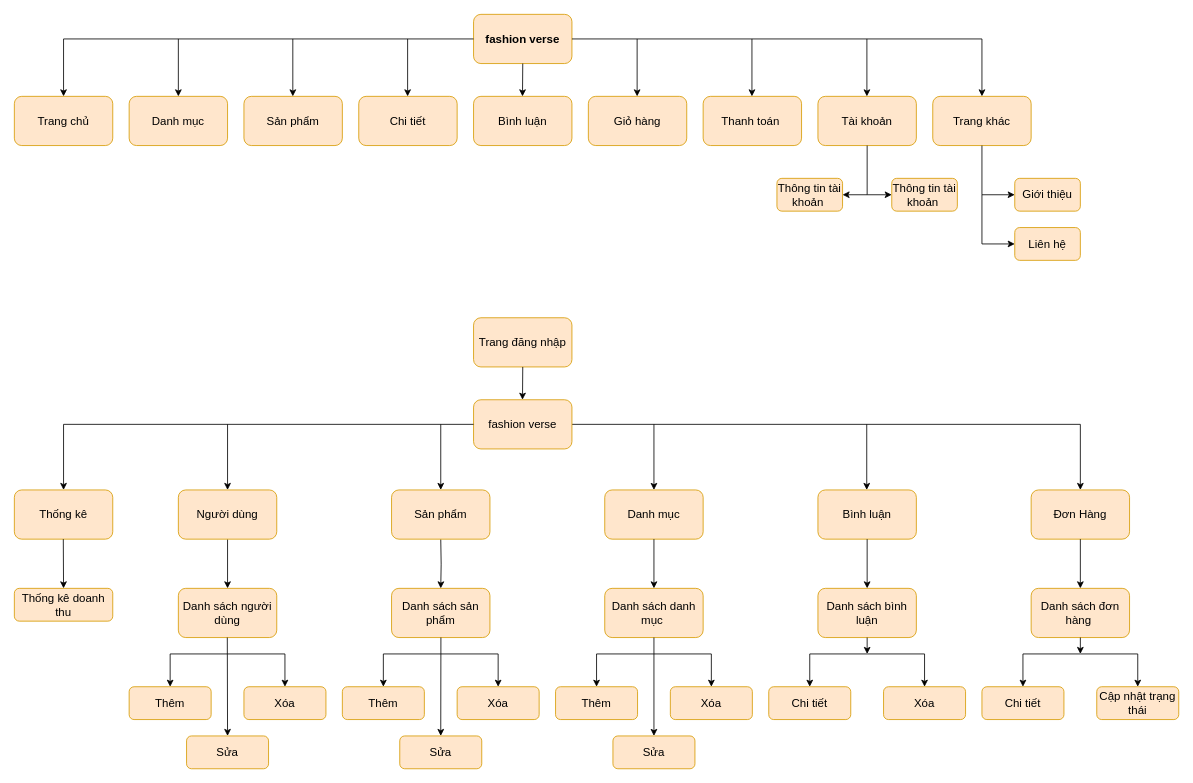
The draw.io diagram Biểu đồ không có tiêu đề.drawio in huuthanh32470/doan, before the edit. Source tidied: cells renumbered, new cells numbered last; positions are measured from the earlier drawing's top-left corner, leaving out a move shared by most shapes. Both pictures are drawn from the tidied source at 82%, with x=0, y=0 at pixel (14, 14).
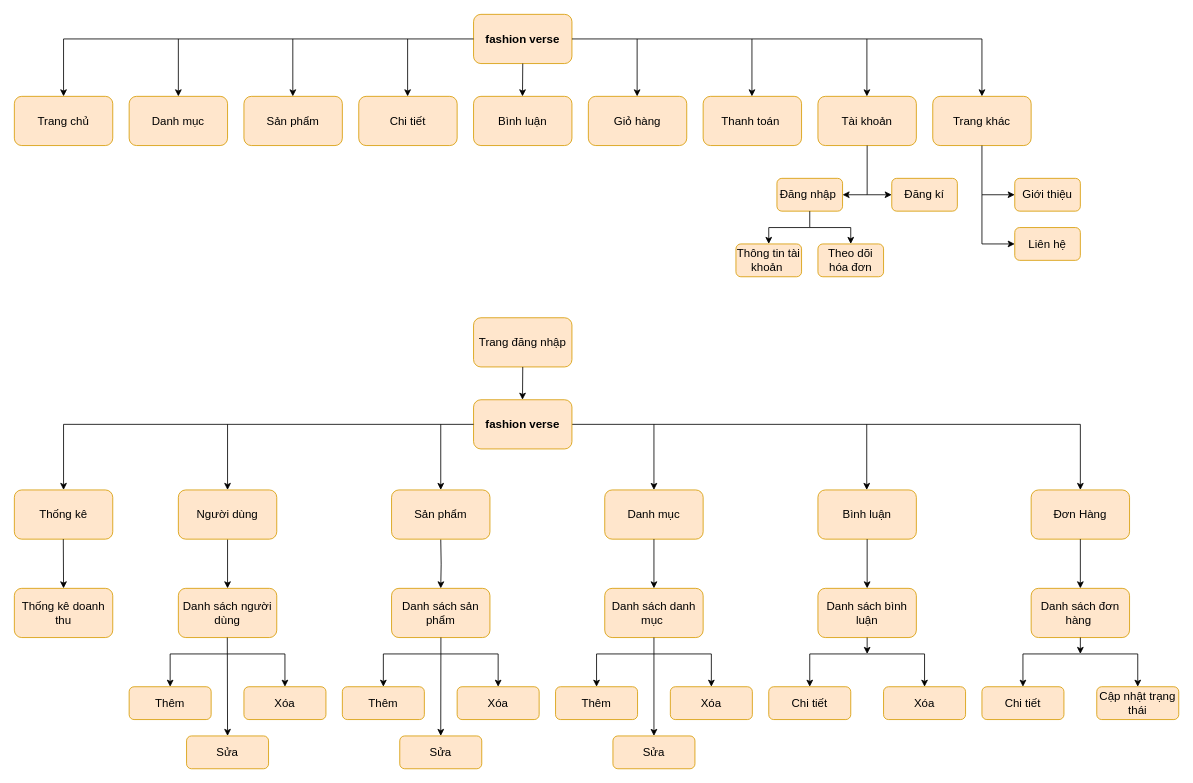
After the change.

Commit message:
Cập nhật Biểu đồ không có tiêu đề.drawio

Change to the diagram source:
```diff
@@
-    <mxCell id="33" value="fashion verse" style="rounded=1;whiteSpace=wrap;html=1;labelBackgroundColor=none;fillColor=#ffe6cc;strokeColor=#d79b00;fontSize=14;align=center;" parent="1" vertex="1">
+    <mxCell id="33" value="fashion verse" style="rounded=1;whiteSpace=wrap;html=1;labelBackgroundColor=none;fillColor=#ffe6cc;strokeColor=#d79b00;fontSize=14;align=center;fontStyle=1;" parent="1" vertex="1">
       <mxGeometry x="560" y="470" width="120" height="60" as="geometry" />
     </mxCell>
@@
-    <mxCell id="38" style="endArrow=classic;html=1;rounded=0;labelBackgroundColor=none;fontColor=default;fontSize=14;align=center;" parent="1" edge="1">
+    <mxCell id="38" style="endArrow=classic;html=1;rounded=0;labelBackgroundColor=none;fontColor=default;fontSize=14;align=center;entryX=0.5;entryY=0;entryDx=0;entryDy=0;" parent="1" edge="1" target="39">
       <mxGeometry relative="1" as="geometry">
         <mxPoint x="59.7" y="640" as="sourcePoint" />
-        <mxPoint x="60" y="700" as="targetPoint" />
       </mxGeometry>
     </mxCell>
     <mxCell id="39" value="Thống kê doanh thu" style="rounded=1;whiteSpace=wrap;html=1;labelBackgroundColor=none;fillColor=#ffe6cc;strokeColor=#d79b00;fontSize=14;align=center;" parent="1" vertex="1">
-      <mxGeometry y="700" width="120" height="40" as="geometry" />
+      <mxGeometry y="700" width="120" height="60" as="geometry" />
     </mxCell>
@@
-    <mxCell id="71" value="&lt;div&gt;&lt;span style=&quot;background-color: initial;&quot;&gt;Thông tin tài khoản&amp;nbsp;&lt;/span&gt;&lt;/div&gt;" style="rounded=1;whiteSpace=wrap;html=1;labelBackgroundColor=none;fillColor=#ffe6cc;strokeColor=#d79b00;align=center;fontSize=14;" parent="1" vertex="1">
+    <mxCell id="71" value="&lt;div&gt;&lt;span style=&quot;background-color: initial;&quot;&gt;Đăng nhập&amp;nbsp;&lt;/span&gt;&lt;/div&gt;" style="rounded=1;whiteSpace=wrap;html=1;labelBackgroundColor=none;fillColor=#ffe6cc;strokeColor=#d79b00;align=center;fontSize=14;" parent="1" vertex="1">
       <mxGeometry x="930" y="200" width="80" height="40" as="geometry" />
     </mxCell>
-    <mxCell id="72" style="endArrow=classic;html=1;rounded=0;entryX=0;entryY=0.5;entryDx=0;entryDy=0;entryPerimeter=0;fontSize=14;align=center;" parent="1" edge="1" target="73">
+    <mxCell id="72" style="endArrow=classic;html=1;rounded=0;fontSize=14;align=center;exitX=0.5;exitY=1;exitDx=0;exitDy=0;entryX=0.5;entryY=0;entryDx=0;entryDy=0;" parent="1" edge="1" source="71" target="73">
       <mxGeometry relative="1" as="geometry">
-        <mxPoint x="1040" y="220" as="sourcePoint" />
+        <Array as="points">
+          <mxPoint x="970" y="260" />
+          <mxPoint x="920" y="260" />
+        </Array>
       </mxGeometry>
     </mxCell>
     <mxCell id="73" value="&lt;div&gt;&lt;span style=&quot;background-color: initial;&quot;&gt;Thông tin tài khoản&amp;nbsp;&lt;/span&gt;&lt;/div&gt;" style="rounded=1;whiteSpace=wrap;html=1;labelBackgroundColor=none;fillColor=#ffe6cc;strokeColor=#d79b00;align=center;fontSize=14;" parent="1" vertex="1">
-      <mxGeometry x="1070" y="200" width="80" height="40" as="geometry" />
+      <mxGeometry x="880" y="280" width="80" height="40" as="geometry" />
     </mxCell>
@@
+    <mxCell id="84" style="endArrow=classic;html=1;rounded=0;entryX=0.5;entryY=0;entryDx=0;entryDy=0;" parent="1" edge="1" target="85">
+      <mxGeometry relative="1" as="geometry">
+        <mxPoint x="970" y="260" as="sourcePoint" />
+        <Array as="points">
+          <mxPoint x="1020" y="260" />
+        </Array>
+      </mxGeometry>
+    </mxCell>
+    <mxCell id="85" value="Theo dõi hóa đơn" style="rounded=1;whiteSpace=wrap;html=1;labelBackgroundColor=none;fillColor=#ffe6cc;strokeColor=#d79b00;align=center;fontSize=14;" parent="1" vertex="1">
+      <mxGeometry x="980" y="280" width="80" height="40" as="geometry" />
+    </mxCell>
+    <mxCell id="86" style="endArrow=classic;html=1;rounded=0;" parent="1" edge="1">
+      <mxGeometry relative="1" as="geometry">
+        <mxPoint x="1040" y="220" as="sourcePoint" />
+        <mxPoint x="1070" y="220" as="targetPoint" />
+      </mxGeometry>
+    </mxCell>
+    <mxCell id="87" value="&lt;div&gt;&lt;span style=&quot;background-color: initial;&quot;&gt;Đăng kí&lt;/span&gt;&lt;/div&gt;" style="rounded=1;whiteSpace=wrap;html=1;labelBackgroundColor=none;fillColor=#ffe6cc;strokeColor=#d79b00;align=center;fontSize=14;" parent="1" vertex="1">
+      <mxGeometry x="1070" y="200" width="80" height="40" as="geometry" />
+    </mxCell>
```
